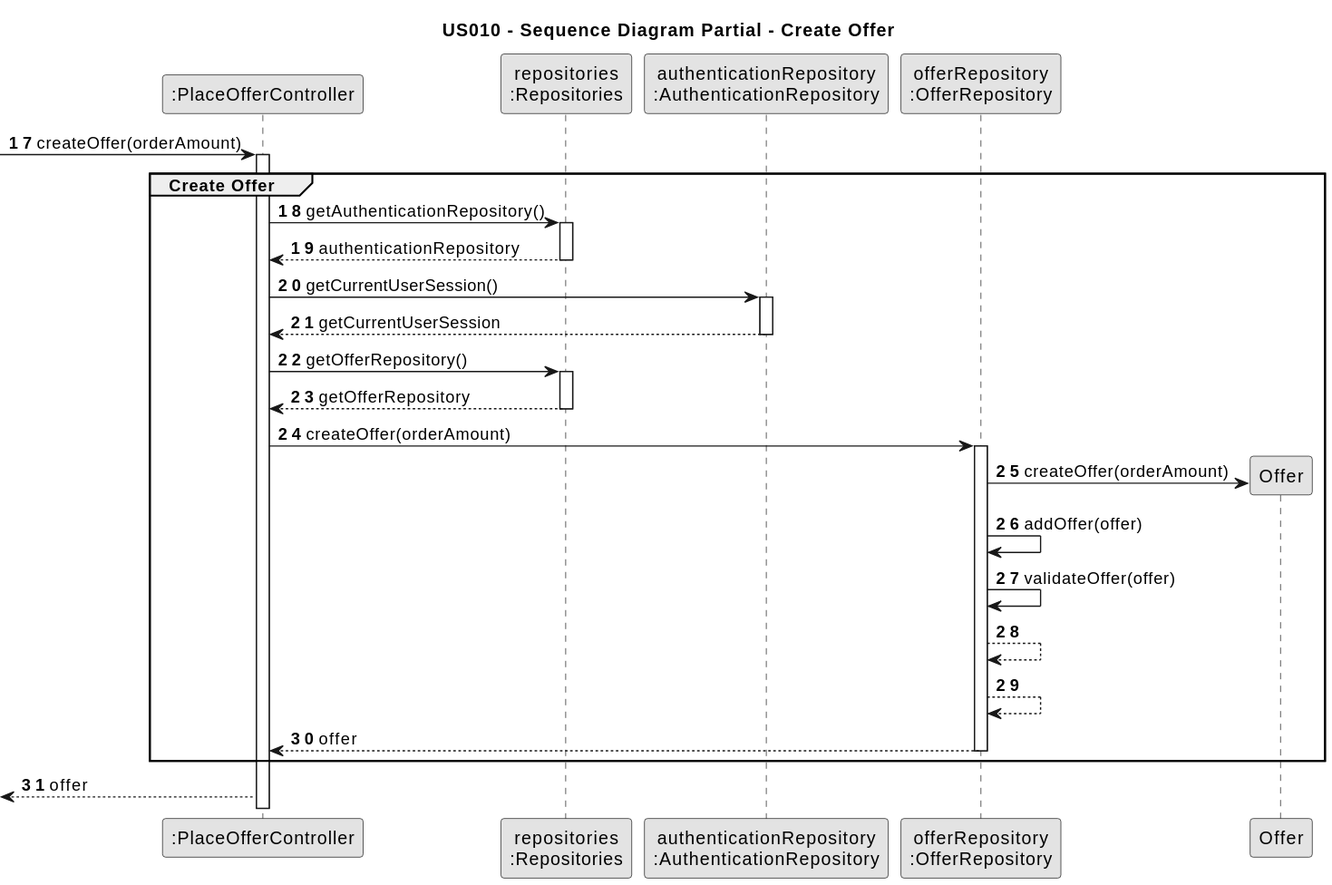
Earlier version of the PlantUML export docs/sprintD/US010/03.design/svg/us010-sequence-diagram-partial-createOffer.svg (PureNimble/ISEP-LAPR2). Its diagram source:
```plantuml
@startuml
skinparam monochrome true
skinparam packageStyle rectangle
skinparam shadowing false

title US010 - Sequence Diagram Partial - Create Offer

participant ":PlaceOfferController" as Controller
participant "repositories\n:Repositories" as Repositories
participant "authenticationRepository\n:AuthenticationRepository" as AuthenticationRepository
participant "offerRepository\n:OfferRepository" as OfferRepository
participant "Offer" as Offer

autonumber 17

-> Controller : createOffer(orderAmount)
activate Controller

group Create Offer

Controller -> Repositories : getAuthenticationRepository()
activate Repositories

Repositories --> Controller : authenticationRepository
deactivate Repositories

Controller -> AuthenticationRepository : getCurrentUserSession()
activate AuthenticationRepository

AuthenticationRepository --> Controller : getCurrentUserSession
deactivate AuthenticationRepository

Controller -> Repositories : getOfferRepository()
activate Repositories

Repositories --> Controller : getOfferRepository
deactivate Repositories

Controller -> OfferRepository : createOffer(orderAmount)
activate OfferRepository

OfferRepository -> Offer** : createOffer(orderAmount)

OfferRepository -> OfferRepository : addOffer(offer)

OfferRepository -> OfferRepository : validateOffer(offer)

OfferRepository --> OfferRepository

OfferRepository --> OfferRepository

OfferRepository --> Controller : offer
deactivate OfferRepository

end

<-- Controller : offer
@enduml
```
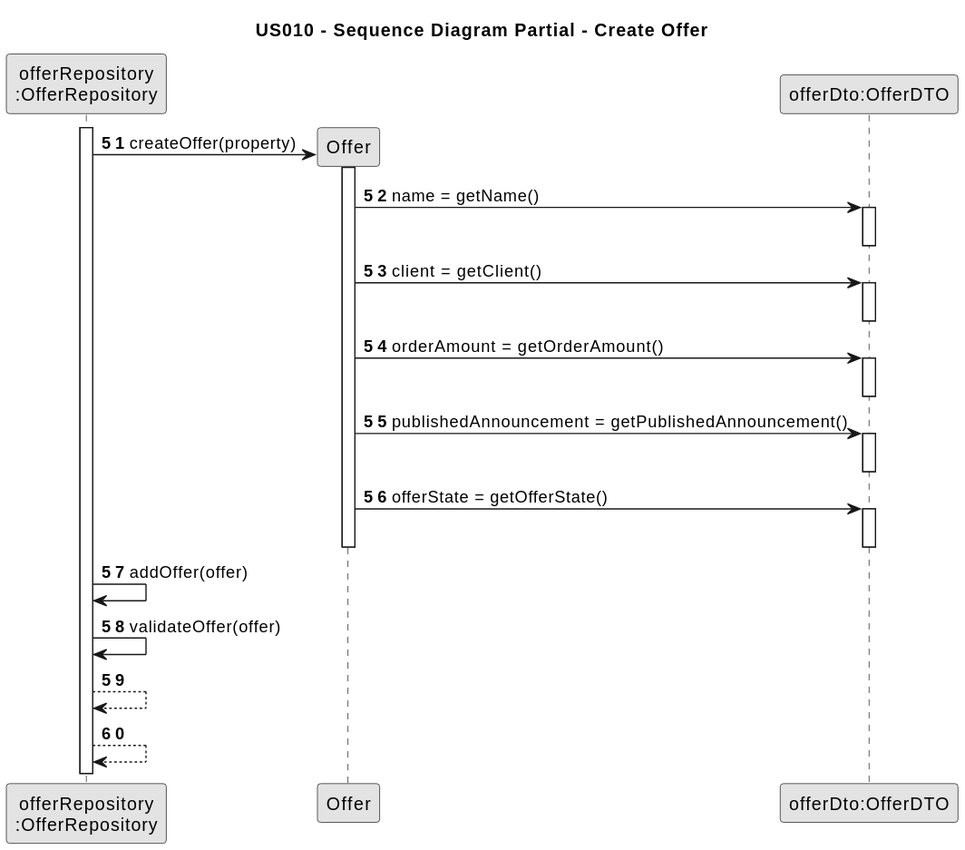
Above is the later version.

The edit, as a diff of the source:
```diff
@@ -5,41 +5,38 @@
 
 title US010 - Sequence Diagram Partial - Create Offer
 
-participant ":PlaceOfferController" as Controller
-participant "repositories\n:Repositories" as Repositories
-participant "authenticationRepository\n:AuthenticationRepository" as AuthenticationRepository
 participant "offerRepository\n:OfferRepository" as OfferRepository
 participant "Offer" as Offer
+participant "offerDto:OfferDTO" as offerDto
 
-autonumber 17
+autonumber 51
 
--> Controller : createOffer(orderAmount)
-activate Controller
-
-group Create Offer
-
-Controller -> Repositories : getAuthenticationRepository()
-activate Repositories
-
-Repositories --> Controller : authenticationRepository
-deactivate Repositories
-
-Controller -> AuthenticationRepository : getCurrentUserSession()
-activate AuthenticationRepository
-
-AuthenticationRepository --> Controller : getCurrentUserSession
-deactivate AuthenticationRepository
-
-Controller -> Repositories : getOfferRepository()
-activate Repositories
-
-Repositories --> Controller : getOfferRepository
-deactivate Repositories
-
-Controller -> OfferRepository : createOffer(orderAmount)
 activate OfferRepository
 
-OfferRepository -> Offer** : createOffer(orderAmount)
+OfferRepository -> Offer** : createOffer(property)
+activate Offer
+
+Offer -> offerDto : name = getName()
+activate offerDto
+deactivate offerDto
+
+Offer -> offerDto : client = getClient()
+activate offerDto
+deactivate offerDto
+
+Offer -> offerDto : orderAmount = getOrderAmount()
+activate offerDto
+deactivate offerDto
+
+Offer -> offerDto : publishedAnnouncement = getPublishedAnnouncement()
+activate offerDto
+deactivate offerDto
+
+Offer -> offerDto : offerState = getOfferState()
+activate offerDto
+deactivate offerDto
+
+deactivate Offer
 
 OfferRepository -> OfferRepository : addOffer(offer)
 
@@ -48,11 +45,4 @@
 OfferRepository --> OfferRepository
 
 OfferRepository --> OfferRepository
-
-OfferRepository --> Controller : offer
-deactivate OfferRepository
-
-end
-
-<-- Controller : offer
 @enduml
```
